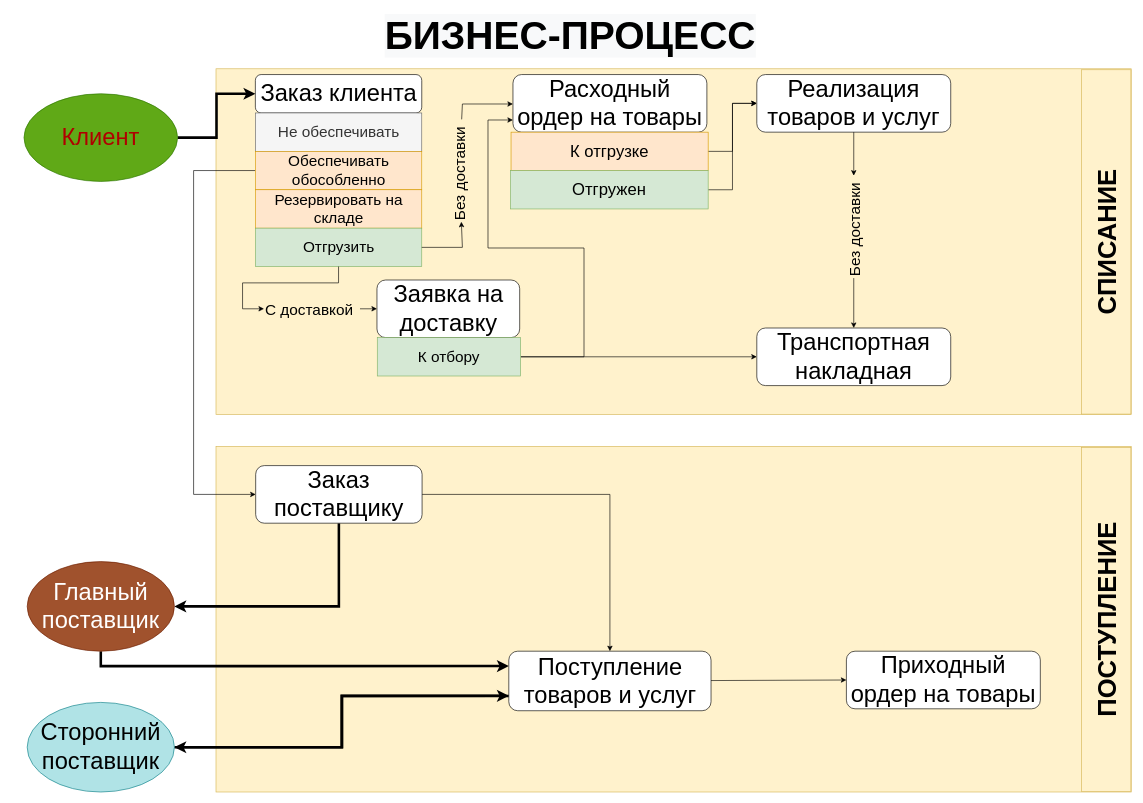
Earlier version of the draw.io diagram Untitled Diagram.drawio (drnorth/drawIO). Source tidied: cells renumbered, new cells numbered last; positions are measured from the earlier drawing's top-left corner, leaving out a move shared by most shapes. Both pictures are drawn from the tidied source at 64%, with x=0, y=0 at pixel (24, 11).
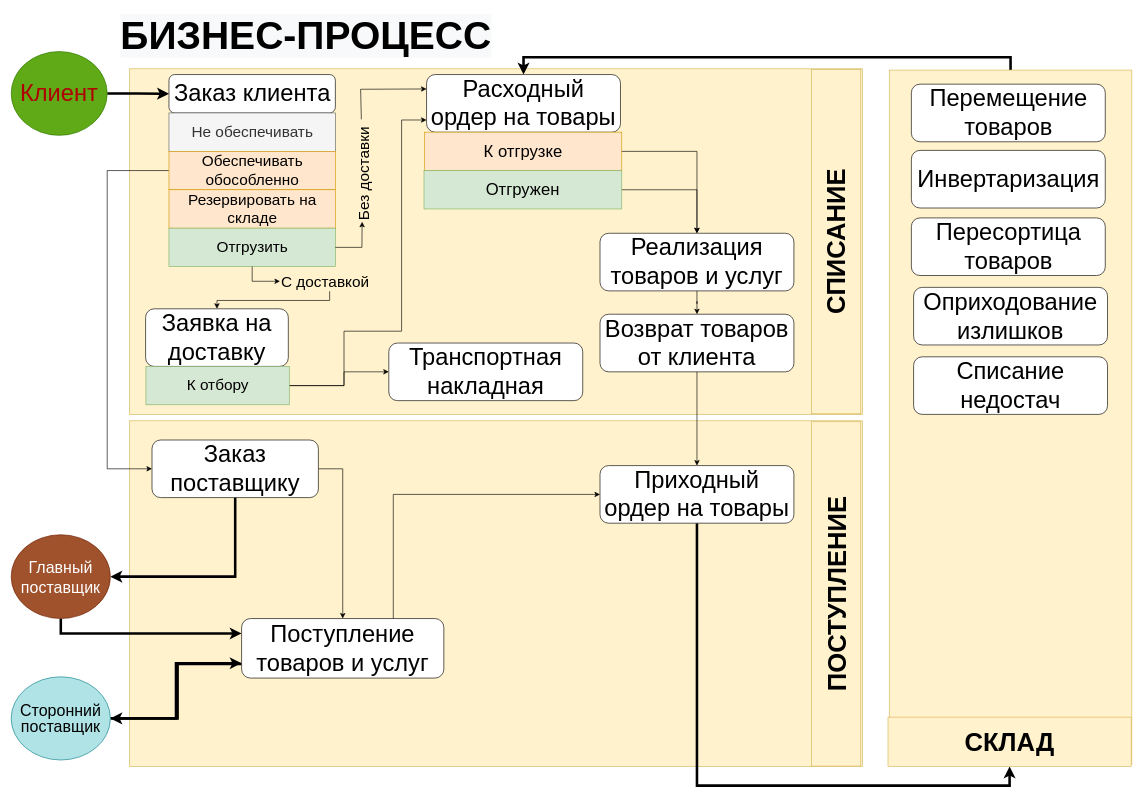
After the change.

Change to the diagram source:
```diff
@@
     <mxCell id="2" style="rounded=0;whiteSpace=wrap;html=1;fillColor=#fff2cc;strokeColor=#d6b656;" parent="1" vertex="1">
-      <mxGeometry x="300" y="680" width="1430" height="540" as="geometry" />
+      <mxGeometry x="165" y="640" width="1145" height="540" as="geometry" />
     </mxCell>
     <mxCell id="3" value="ПОСТУПЛЕНИЕ" style="rounded=0;whiteSpace=wrap;html=1;fontSize=40;rotation=-90;fontStyle=1;fillColor=#fff2cc;strokeColor=#d6b656;" parent="1" vertex="1">
-      <mxGeometry x="1422" y="912" width="538" height="77" as="geometry" />
+      <mxGeometry x="1000" y="872" width="538" height="77" as="geometry" />
     </mxCell>
     <mxCell id="4" style="rounded=0;whiteSpace=wrap;html=1;fillColor=#fff2cc;strokeColor=#d6b656;" parent="1" vertex="1">
-      <mxGeometry x="300" y="90" width="1430" height="540" as="geometry" />
+      <mxGeometry x="165" y="90" width="1145" height="540" as="geometry" />
     </mxCell>
     <mxCell id="5" value="&lt;font style=&quot;font-size: 37px&quot;&gt;Заказ клиента&lt;/font&gt;" style="rounded=1;whiteSpace=wrap;html=1;" parent="1" vertex="1">
-      <mxGeometry x="361.5" y="99" width="260" height="60" as="geometry" />
+      <mxGeometry x="226.5" y="99" width="260" height="60" as="geometry" />
     </mxCell>
     <mxCell id="6" value="&lt;font style=&quot;font-size: 24px&quot;&gt;Не обеспечивать&lt;/font&gt;" style="rounded=0;whiteSpace=wrap;html=1;fillColor=#f5f5f5;strokeColor=#666666;fontColor=#333333;" parent="1" vertex="1">
-      <mxGeometry x="361.5" y="159" width="260" height="60" as="geometry" />
+      <mxGeometry x="226.5" y="159" width="260" height="60" as="geometry" />
     </mxCell>
     <mxCell id="7" style="edgeStyle=orthogonalEdgeStyle;rounded=0;jettySize=auto;html=1;entryX=0;entryY=0.5;entryDx=0;entryDy=0;fontSize=37;" parent="1" edge="1" source="8" target="34">
       <mxGeometry relative="1" as="geometry">
         <Array as="points">
-          <mxPoint x="265" y="249" />
-          <mxPoint x="265" y="755" />
+          <mxPoint x="130" y="249" />
+          <mxPoint x="130" y="715" />
         </Array>
       </mxGeometry>
     </mxCell>
     <mxCell id="8" value="Обеспечивать обособленно" style="rounded=0;whiteSpace=wrap;html=1;fontSize=24;fillColor=#ffe6cc;strokeColor=#d79b00;" parent="1" vertex="1">
-      <mxGeometry x="361.5" y="219" width="260" height="60" as="geometry" />
+      <mxGeometry x="226.5" y="219" width="260" height="60" as="geometry" />
     </mxCell>
     <mxCell id="9" value="Резервировать на складе" style="rounded=0;whiteSpace=wrap;html=1;fontSize=24;fillColor=#ffe6cc;strokeColor=#d79b00;" parent="1" vertex="1">
-      <mxGeometry x="361.5" y="279" width="260" height="60" as="geometry" />
+      <mxGeometry x="226.5" y="279" width="260" height="60" as="geometry" />
     </mxCell>
-    <mxCell id="10" style="edgeStyle=orthogonalEdgeStyle;rounded=0;jettySize=auto;html=1;fontSize=26;" parent="1" edge="1" source="25" target="14">
-      <mxGeometry relative="1" as="geometry">
-        <Array as="points">
-          <mxPoint x="685" y="145" />
-        </Array>
-      </mxGeometry>
-    </mxCell>
-    <mxCell id="11" style="edgeStyle=orthogonalEdgeStyle;rounded=0;jettySize=auto;html=1;entryX=0;entryY=0.5;entryDx=0;entryDy=0;fontSize=26;" parent="1" edge="1" source="23" target="19">
+    <mxCell id="11" style="edgeStyle=orthogonalEdgeStyle;rounded=0;jettySize=auto;html=1;entryX=0.5;entryY=0;entryDx=0;entryDy=0;fontSize=26;exitX=0.517;exitY=1.018;exitDx=0;exitDy=0;exitPerimeter=0;" parent="1" edge="1" source="23" target="19">
       <mxGeometry relative="1" as="geometry">
         <Array as="points">
-          <mxPoint x="375" y="465" />
+          <mxPoint x="302" y="452" />
         </Array>
       </mxGeometry>
     </mxCell>
     <mxCell id="12" value="Отгрузить" style="rounded=0;whiteSpace=wrap;html=1;fontSize=24;fillColor=#d5e8d4;strokeColor=#82b366;" parent="1" vertex="1">
-      <mxGeometry x="361.5" y="339" width="260" height="60" as="geometry" />
+      <mxGeometry x="226.5" y="339" width="260" height="60" as="geometry" />
     </mxCell>
     <mxCell id="13" value="СПИСАНИЕ" style="rounded=0;whiteSpace=wrap;html=1;fontSize=40;rotation=-90;fontStyle=1;fillColor=#fff2cc;strokeColor=#d6b656;" parent="1" vertex="1">
-      <mxGeometry x="1422" y="322" width="538" height="77" as="geometry" />
+      <mxGeometry x="1000" y="321.5" width="538" height="77" as="geometry" />
     </mxCell>
     <mxCell id="14" value="&lt;font style=&quot;font-size: 37px&quot;&gt;Расходный ордер на товары&lt;/font&gt;" style="rounded=1;whiteSpace=wrap;html=1;" parent="1" vertex="1">
-      <mxGeometry x="764" y="99" width="303" height="90" as="geometry" />
+      <mxGeometry x="629" y="99" width="303" height="90" as="geometry" />
     </mxCell>
-    <mxCell id="15" style="edgeStyle=orthogonalEdgeStyle;rounded=0;jettySize=auto;html=1;entryX=0;entryY=0.5;entryDx=0;entryDy=0;fontSize=37;" parent="1" edge="1" source="16" target="28">
-      <mxGeometry relative="1" as="geometry" />
+    <mxCell id="15" style="edgeStyle=orthogonalEdgeStyle;rounded=0;jettySize=auto;html=1;entryX=0.5;entryY=0;entryDx=0;entryDy=0;fontSize=37;exitX=1;exitY=0.5;exitDx=0;exitDy=0;" parent="1" edge="1" source="18" target="28">
+      <mxGeometry relative="1" as="geometry">
+        <Array as="points">
+          <mxPoint x="1052" y="279" />
+        </Array>
+      </mxGeometry>
     </mxCell>
     <mxCell id="16" value="К отгрузке" style="rounded=0;whiteSpace=wrap;html=1;fillColor=#ffe6cc;strokeColor=#d79b00;fontSize=26;" parent="1" vertex="1">
-      <mxGeometry x="761" y="189" width="308" height="60" as="geometry" />
+      <mxGeometry x="626" y="189" width="308" height="60" as="geometry" />
     </mxCell>
-    <mxCell id="17" style="edgeStyle=orthogonalEdgeStyle;rounded=0;jettySize=auto;html=1;entryX=0;entryY=0.5;entryDx=0;entryDy=0;fontSize=37;" parent="1" edge="1" source="18" target="28">
-      <mxGeometry relative="1" as="geometry" />
+    <mxCell id="17" style="edgeStyle=orthogonalEdgeStyle;rounded=0;jettySize=auto;html=1;entryX=0.5;entryY=0;entryDx=0;entryDy=0;fontSize=37;exitX=1;exitY=0.5;exitDx=0;exitDy=0;" parent="1" edge="1" source="16" target="28">
+      <mxGeometry relative="1" as="geometry">
+        <Array as="points">
+          <mxPoint x="1052" y="219" />
+        </Array>
+      </mxGeometry>
     </mxCell>
     <mxCell id="18" value="Отгружен" style="rounded=0;whiteSpace=wrap;html=1;fontSize=26;fillColor=#d5e8d4;strokeColor=#82b366;" parent="1" vertex="1">
-      <mxGeometry x="760" y="249" width="309" height="60" as="geometry" />
+      <mxGeometry x="625" y="249" width="309" height="60" as="geometry" />
     </mxCell>
     <mxCell id="19" value="&lt;font style=&quot;font-size: 37px&quot;&gt;Заявка на доставку&lt;/font&gt;" style="rounded=1;whiteSpace=wrap;html=1;" parent="1" vertex="1">
-      <mxGeometry x="551.5" y="420" width="223" height="90" as="geometry" />
+      <mxGeometry x="190" y="465" width="223" height="90" as="geometry" />
     </mxCell>
-    <mxCell id="20" style="edgeStyle=orthogonalEdgeStyle;rounded=0;jettySize=auto;html=1;fontSize=24;" parent="1" edge="1" source="22" target="14">
+    <mxCell id="20" style="edgeStyle=orthogonalEdgeStyle;rounded=0;jettySize=auto;html=1;fontSize=24;exitX=1;exitY=0.5;exitDx=0;exitDy=0;" parent="1" edge="1" source="22" target="14">
       <mxGeometry relative="1" as="geometry">
         <Array as="points">
-          <mxPoint x="875" y="540" />
-          <mxPoint x="875" y="370" />
-          <mxPoint x="725" y="370" />
-          <mxPoint x="725" y="170" />
+          <mxPoint x="500" y="585" />
+          <mxPoint x="500" y="500" />
+          <mxPoint x="590" y="500" />
+          <mxPoint x="590" y="170" />
         </Array>
       </mxGeometry>
     </mxCell>
-    <mxCell id="21" style="edgeStyle=orthogonalEdgeStyle;rounded=0;jettySize=auto;html=1;entryX=0;entryY=0.5;entryDx=0;entryDy=0;fontSize=37;" parent="1" edge="1" source="22" target="29">
-      <mxGeometry relative="1" as="geometry" />
+    <mxCell id="21" style="edgeStyle=orthogonalEdgeStyle;rounded=0;jettySize=auto;html=1;entryX=0;entryY=0.5;entryDx=0;entryDy=0;fontSize=37;exitX=1;exitY=0.5;exitDx=0;exitDy=0;" parent="1" edge="1" source="22" target="29">
+      <mxGeometry relative="1" as="geometry">
+        <Array as="points">
+          <mxPoint x="500" y="585" />
+          <mxPoint x="500" y="564" />
+        </Array>
+      </mxGeometry>
     </mxCell>
     <mxCell id="22" value="К отбору" style="rounded=0;whiteSpace=wrap;html=1;fillColor=#d5e8d4;strokeColor=#82b366;fontSize=24;" parent="1" vertex="1">
-      <mxGeometry x="552" y="510" width="224" height="60" as="geometry" />
+      <mxGeometry x="190.5" y="555" width="224" height="60" as="geometry" />
     </mxCell>
     <mxCell id="23" value="С доставкой" style="text;html=1;points=[];align=left;verticalAlign=top;spacingTop=-4;fontSize=24;" parent="1" vertex="1">
-      <mxGeometry x="375" y="450" width="150" height="30" as="geometry" />
+      <mxGeometry x="400" y="407" width="150" height="30" as="geometry" />
     </mxCell>
@@
     <mxCell id="25" value="Без доставки" style="text;html=1;points=[];align=left;verticalAlign=top;spacingTop=-4;fontSize=24;rotation=-90;" parent="1" vertex="1">
-      <mxGeometry x="600" y="234" width="160" height="30" as="geometry" />
+      <mxGeometry x="449" y="234" width="160" height="30" as="geometry" />
     </mxCell>
     <mxCell id="26" style="edgeStyle=orthogonalEdgeStyle;rounded=0;jettySize=auto;html=1;fontSize=26;" parent="1" edge="1" source="12" target="25">
       <mxGeometry relative="1" as="geometry">
         <Array as="points">
-          <mxPoint x="685" y="369" />
+          <mxPoint x="528" y="369" />
         </Array>
       </mxGeometry>
     </mxCell>
-    <mxCell id="27" style="edgeStyle=orthogonalEdgeStyle;rounded=0;jettySize=auto;html=1;fontSize=37;" parent="1" edge="1" source="30" target="29">
-      <mxGeometry relative="1" as="geometry" />
-    </mxCell>
+    <mxCell id="46" style="edgeStyle=orthogonalEdgeStyle;rounded=0;jettySize=auto;html=1;entryX=0.5;entryY=0;entryDx=0;entryDy=0;strokeWidth=1;fontSize=25;" parent="1" edge="1" source="28" target="52">
+      <mxGeometry relative="1" as="geometry" />
+    </mxCell>
     <mxCell id="28" value="Реализация товаров и услуг" style="rounded=1;whiteSpace=wrap;html=1;fontSize=37;" parent="1" vertex="1">
-      <mxGeometry x="1145" y="99" width="303" height="90" as="geometry" />
+      <mxGeometry x="900" y="347" width="303" height="90" as="geometry" />
     </mxCell>
     <mxCell id="29" value="Транспортная накладная" style="rounded=1;whiteSpace=wrap;html=1;fontSize=37;" parent="1" vertex="1">
-      <mxGeometry x="1145" y="495" width="303" height="90" as="geometry" />
+      <mxGeometry x="570" y="518.5" width="303" height="90" as="geometry" />
     </mxCell>
-    <mxCell id="30" value="Без доставки" style="text;html=1;points=[];align=left;verticalAlign=top;spacingTop=-4;fontSize=24;rotation=-90;" parent="1" vertex="1">
-      <mxGeometry x="1216.5" y="322" width="160" height="30" as="geometry" />
-    </mxCell>
-    <mxCell id="31" style="edgeStyle=orthogonalEdgeStyle;rounded=0;jettySize=auto;html=1;fontSize=37;" parent="1" edge="1" source="28" target="30">
-      <mxGeometry relative="1" as="geometry" />
-    </mxCell>
-    <mxCell id="32" style="edgeStyle=orthogonalEdgeStyle;rounded=0;jettySize=auto;html=1;entryX=1;entryY=0.5;entryDx=0;entryDy=0;strokeWidth=4;fontSize=37;" parent="1" edge="1" source="34" target="38">
+    <mxCell id="32" style="edgeStyle=orthogonalEdgeStyle;rounded=0;jettySize=auto;html=1;entryX=1;entryY=0.5;entryDx=0;entryDy=0;strokeWidth=4;fontSize=37;exitX=0.5;exitY=1;exitDx=0;exitDy=0;" parent="1" edge="1" source="34" target="38">
       <mxGeometry relative="1" as="geometry">
         <Array as="points">
-          <mxPoint x="492" y="930" />
+          <mxPoint x="330" y="884" />
         </Array>
       </mxGeometry>
     </mxCell>
-    <mxCell id="33" style="edgeStyle=orthogonalEdgeStyle;rounded=0;jettySize=auto;html=1;entryX=0.5;entryY=0;entryDx=0;entryDy=0;strokeWidth=1;fontSize=37;" parent="1" edge="1" source="34" target="42">
-      <mxGeometry relative="1" as="geometry" />
+    <mxCell id="33" style="edgeStyle=orthogonalEdgeStyle;rounded=0;jettySize=auto;html=1;entryX=0.5;entryY=0;entryDx=0;entryDy=0;strokeWidth=1;fontSize=37;exitX=1;exitY=0.5;exitDx=0;exitDy=0;" parent="1" edge="1" source="34" target="42">
+      <mxGeometry relative="1" as="geometry">
+        <Array as="points">
+          <mxPoint x="498" y="715" />
+        </Array>
+      </mxGeometry>
     </mxCell>
     <mxCell id="34" value="&lt;font style=&quot;font-size: 37px&quot;&gt;Заказ поставщику&lt;/font&gt;" style="rounded=1;whiteSpace=wrap;html=1;" parent="1" vertex="1">
-      <mxGeometry x="362" y="710" width="260" height="90" as="geometry" />
+      <mxGeometry x="200" y="670" width="260" height="90" as="geometry" />
     </mxCell>
@@
     <mxCell id="36" value="&lt;font color=&quot;#b00000&quot;&gt;Клиент&lt;/font&gt;" style="ellipse;whiteSpace=wrap;html=1;fontSize=37;fillColor=#60a917;strokeColor=#2D7600;fontColor=#ffffff;" parent="1" vertex="1">
-      <mxGeometry y="129" width="240" height="137" as="geometry" />
+      <mxGeometry x="-20" y="63" width="150" height="131" as="geometry" />
     </mxCell>
-    <mxCell id="37" style="edgeStyle=orthogonalEdgeStyle;rounded=0;jettySize=auto;html=1;entryX=0;entryY=0.25;entryDx=0;entryDy=0;strokeWidth=4;fontSize=37;" parent="1" edge="1" source="38" target="42">
+    <mxCell id="37" style="edgeStyle=orthogonalEdgeStyle;rounded=0;jettySize=auto;html=1;entryX=0;entryY=0.25;entryDx=0;entryDy=0;strokeWidth=4;fontSize=37;exitX=0.5;exitY=1;exitDx=0;exitDy=0;" parent="1" edge="1" source="38" target="42">
       <mxGeometry relative="1" as="geometry">
         <Array as="points">
-          <mxPoint x="120" y="1024" />
+          <mxPoint x="58" y="972" />
         </Array>
       </mxGeometry>
     </mxCell>
-    <mxCell id="38" value="Главный поставщик" style="ellipse;whiteSpace=wrap;html=1;fontSize=37;fillColor=#a0522d;strokeColor=#6D1F00;fontColor=#ffffff;" parent="1" vertex="1">
-      <mxGeometry x="5" y="860" width="230" height="140" as="geometry" />
+    <mxCell id="38" value="&lt;p style=&quot;line-height: 503%; font-size: 25px;&quot;&gt;&lt;/p&gt;&lt;div align=&quot;center&quot; style=&quot;font-size: 25px;&quot;&gt;&lt;font style=&quot;line-height: 40%; font-size: 25px;&quot;&gt;Главный поставщик&lt;/font&gt;&lt;/div&gt;&lt;p style=&quot;font-size: 25px;&quot;&gt;&lt;/p&gt;" style="ellipse;whiteSpace=wrap;html=1;fontSize=25;fillColor=#a0522d;strokeColor=#6D1F00;fontColor=#ffffff;align=center;" parent="1" vertex="1">
+      <mxGeometry x="-20" y="818" width="155" height="131" as="geometry" />
     </mxCell>
@@
-    <mxCell id="40" value="Сторонний поставщик" style="ellipse;whiteSpace=wrap;html=1;fontSize=37;fillColor=#b0e3e6;strokeColor=#0e8088;" parent="1" vertex="1">
-      <mxGeometry x="5" y="1080" width="230" height="140" as="geometry" />
+    <mxCell id="40" value="&lt;p style=&quot;line-height: 100% ; font-size: 25px&quot;&gt;&lt;font style=&quot;font-size: 25px&quot;&gt;Сторонний поставщик&lt;/font&gt;&lt;/p&gt;" style="ellipse;whiteSpace=wrap;html=1;fontSize=25;fillColor=#b0e3e6;strokeColor=#0e8088;" parent="1" vertex="1">
+      <mxGeometry x="-20" y="1040" width="155" height="130" as="geometry" />
     </mxCell>
     <mxCell id="41" style="edgeStyle=orthogonalEdgeStyle;rounded=0;jettySize=auto;html=1;entryX=1;entryY=0.5;entryDx=0;entryDy=0;strokeWidth=4;fontSize=37;" parent="1" edge="1" source="42" target="40">
       <mxGeometry relative="1" as="geometry">
         <Array as="points">
-          <mxPoint x="497" y="1070" />
-          <mxPoint x="497" y="1150" />
+          <mxPoint x="240" y="1020" />
+          <mxPoint x="240" y="1105" />
         </Array>
       </mxGeometry>
     </mxCell>
     <mxCell id="42" value="&lt;font style=&quot;font-size: 37px&quot;&gt;Поступление товаров и услуг&lt;/font&gt;" style="rounded=1;whiteSpace=wrap;html=1;" parent="1" vertex="1">
-      <mxGeometry x="757.5" y="1000" width="316" height="93" as="geometry" />
+      <mxGeometry x="340" y="949" width="316" height="93" as="geometry" />
     </mxCell>
+    <mxCell id="47" style="edgeStyle=orthogonalEdgeStyle;rounded=0;jettySize=auto;html=1;exitX=0.5;exitY=1;exitDx=0;exitDy=0;entryX=0.5;entryY=1;entryDx=0;entryDy=0;fontSize=25;strokeWidth=4;" parent="1" edge="1" source="43" target="50">
+      <mxGeometry relative="1" as="geometry">
+        <Array as="points">
+          <mxPoint x="1052" y="1210" />
+          <mxPoint x="1540" y="1210" />
+        </Array>
+      </mxGeometry>
+    </mxCell>
     <mxCell id="43" value="&lt;font style=&quot;font-size: 37px&quot;&gt;Приходный ордер на товары&lt;/font&gt;" style="rounded=1;whiteSpace=wrap;html=1;" parent="1" vertex="1">
-      <mxGeometry x="1285" y="1000" width="303" height="90" as="geometry" />
+      <mxGeometry x="900" y="710" width="303" height="90" as="geometry" />
     </mxCell>
-    <mxCell id="44" style="endArrow=classic;html=1;strokeWidth=1;fontSize=37;entryX=0;entryY=0.5;entryDx=0;entryDy=0;" parent="1" edge="1" source="42" target="43">
-      <mxGeometry relative="1" as="geometry" />
+    <mxCell id="44" style="endArrow=classic;html=1;strokeWidth=1;fontSize=37;entryX=0;entryY=0.5;entryDx=0;entryDy=0;rounded=0;exitX=0.75;exitY=0;exitDx=0;exitDy=0;" parent="1" edge="1" source="42" target="43">
+      <mxGeometry relative="1" as="geometry">
+        <Array as="points">
+          <mxPoint x="577" y="755" />
+        </Array>
+      </mxGeometry>
     </mxCell>
     <mxCell id="45" value="&lt;span style=&quot;text-align: left ; color: rgb(0 , 0 , 0) ; text-transform: none ; line-height: 1.2 ; text-indent: 0px ; letter-spacing: normal ; font-family: &amp;#34;helvetica&amp;#34; ; font-size: 61px ; font-style: normal ; font-variant: normal ; text-decoration: none ; word-spacing: 0px ; display: inline ; white-space: nowrap ; float: none ; overflow-wrap: normal ; background-color: rgb(248 , 249 , 250)&quot;&gt;&lt;b&gt;БИЗНЕС-ПРОЦЕСС&lt;/b&gt;&lt;/span&gt;" style="text;html=1;align=left;verticalAlign=top;spacingTop=-4;fontSize=61;" parent="1" vertex="1">
-      <mxGeometry x="561.5" width="600" height="70" as="geometry" />
+      <mxGeometry x="149" width="600" height="70" as="geometry" />
     </mxCell>
+    <mxCell id="10" style="endArrow=classic;html=1;fontSize=25;entryX=0;entryY=0.25;entryDx=0;entryDy=0;rounded=0;" parent="1" edge="1" source="25" target="14">
+      <mxGeometry relative="1" as="geometry">
+        <Array as="points">
+          <mxPoint x="526" y="122" />
+        </Array>
+      </mxGeometry>
+    </mxCell>
+    <mxCell id="48" style="edgeStyle=orthogonalEdgeStyle;rounded=0;jettySize=auto;html=1;exitX=0;exitY=0.5;exitDx=0;exitDy=0;entryX=0.5;entryY=0;entryDx=0;entryDy=0;fontSize=25;strokeWidth=4;" parent="1" edge="1" source="49" target="14">
+      <mxGeometry relative="1" as="geometry" />
+    </mxCell>
+    <mxCell id="49" style="rounded=0;whiteSpace=wrap;html=1;fillColor=#fff2cc;strokeColor=#d6b656;rotation=90;" parent="1" vertex="1">
+      <mxGeometry x="999" y="445" width="1085" height="379" as="geometry" />
+    </mxCell>
+    <mxCell id="50" value="СКЛАД" style="rounded=0;whiteSpace=wrap;html=1;fontSize=40;rotation=0;fontStyle=1;fillColor=#fff2cc;strokeColor=#d6b656;" parent="1" vertex="1">
+      <mxGeometry x="1350" y="1103" width="380" height="77" as="geometry" />
+    </mxCell>
+    <mxCell id="51" style="edgeStyle=orthogonalEdgeStyle;rounded=0;jettySize=auto;html=1;entryX=0.5;entryY=0;entryDx=0;entryDy=0;strokeWidth=1;fontSize=25;" parent="1" edge="1" source="52" target="43">
+      <mxGeometry relative="1" as="geometry" />
+    </mxCell>
+    <mxCell id="52" value="Возврат товаров от клиента" style="rounded=1;whiteSpace=wrap;html=1;fontSize=37;" parent="1" vertex="1">
+      <mxGeometry x="900" y="473.5" width="303" height="90" as="geometry" />
+    </mxCell>
+    <mxCell id="53" value="Перемещение товаров" style="rounded=1;whiteSpace=wrap;html=1;fontSize=37;" parent="1" vertex="1">
+      <mxGeometry x="1386.5" y="114" width="303" height="90" as="geometry" />
+    </mxCell>
+    <mxCell id="54" value="Пересортица товаров" style="rounded=1;whiteSpace=wrap;html=1;fontSize=37;" parent="1" vertex="1">
+      <mxGeometry x="1386.5" y="323" width="303" height="90" as="geometry" />
+    </mxCell>
+    <mxCell id="55" value="Инвертаризация" style="rounded=1;whiteSpace=wrap;html=1;fontSize=37;" parent="1" vertex="1">
+      <mxGeometry x="1386.5" y="217.5" width="303" height="90" as="geometry" />
+    </mxCell>
+    <mxCell id="56" value="Оприходование излишков" style="rounded=1;whiteSpace=wrap;html=1;fontSize=37;" parent="1" vertex="1">
+      <mxGeometry x="1390" y="431.5" width="303" height="90" as="geometry" />
+    </mxCell>
+    <mxCell id="57" value="Списание недостач" style="rounded=1;whiteSpace=wrap;html=1;fontSize=37;" parent="1" vertex="1">
+      <mxGeometry x="1390" y="540" width="303" height="90" as="geometry" />
+    </mxCell>
```
